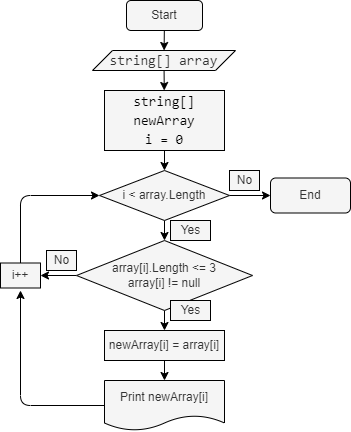
astafyevnu/Test_Choice_of_specialization keeps this draw.io diagram as logic.drawio.png. Above is the earlier version. Source tidied: cells renumbered, new cells last; positions are measured from the earlier drawing's top-left corner, leaving out a move shared by most shapes.
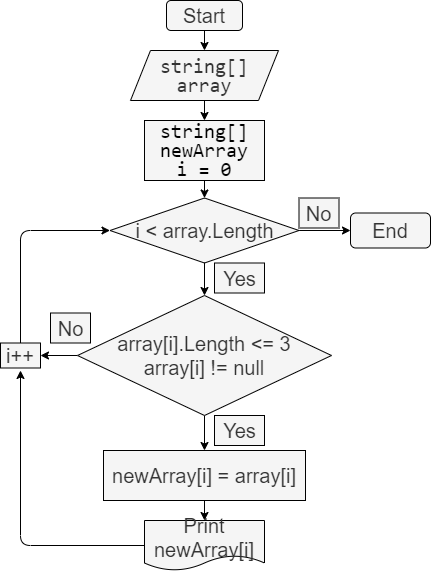
The same diagram one commit later.

Diff of the diagram source:
```diff
@@ -2,83 +2,83 @@
   <root>
     <mxCell id="0" />
     <mxCell id="1" parent="0" />
-    <mxCell id="2" style="edgeStyle=none;html=1;fontColor=#000000;fillColor=#f5f5f5;strokeColor=#000000;" parent="1" edge="1" source="3" target="6">
+    <mxCell id="2" style="edgeStyle=none;html=1;fontColor=#000000;fillColor=#f5f5f5;strokeColor=#000000;fontSize=20;" parent="1" edge="1" source="3" target="6">
       <mxGeometry relative="1" as="geometry" />
     </mxCell>
-    <mxCell id="3" value="Start" style="rounded=1;whiteSpace=wrap;html=1;fillColor=#f5f5f5;fontColor=#333333;strokeColor=#000000;" parent="1" vertex="1">
-      <mxGeometry x="126" width="76" height="30" as="geometry" />
+    <mxCell id="3" value="Start" style="rounded=1;whiteSpace=wrap;html=1;fillColor=#f5f5f5;fontColor=#333333;strokeColor=#000000;fontSize=20;" parent="1" vertex="1">
+      <mxGeometry x="126" y="10" width="76" height="30" as="geometry" />
     </mxCell>
-    <mxCell id="4" value="End" style="rounded=1;whiteSpace=wrap;html=1;fillColor=#f5f5f5;fontColor=#333333;strokeColor=#000000;" parent="1" vertex="1">
-      <mxGeometry x="270" y="177.5" width="80" height="35" as="geometry" />
+    <mxCell id="4" value="End" style="rounded=1;whiteSpace=wrap;html=1;fillColor=#f5f5f5;fontColor=#333333;strokeColor=#000000;fontSize=20;" parent="1" vertex="1">
+      <mxGeometry x="310" y="222.5" width="80" height="35" as="geometry" />
     </mxCell>
-    <mxCell id="5" style="edgeStyle=none;html=1;fontColor=#000000;fillColor=#f5f5f5;strokeColor=#000000;" parent="1" edge="1" source="6" target="8">
+    <mxCell id="5" style="edgeStyle=none;html=1;fontColor=#000000;fillColor=#f5f5f5;strokeColor=#000000;fontSize=20;" parent="1" edge="1" source="6" target="8">
       <mxGeometry relative="1" as="geometry" />
     </mxCell>
-    <mxCell id="6" value="&lt;div style=&quot;font-family: &amp;#34;consolas&amp;#34; , &amp;#34;courier new&amp;#34; , monospace ; font-size: 14px ; line-height: 19px&quot;&gt;string[] array&lt;/div&gt;" style="shape=parallelogram;perimeter=parallelogramPerimeter;whiteSpace=wrap;html=1;fixedSize=1;fillColor=#f5f5f5;fontColor=#333333;strokeColor=#000000;labelBackgroundColor=none;" parent="1" vertex="1">
-      <mxGeometry x="92" y="50" width="143" height="20" as="geometry" />
+    <mxCell id="6" value="&lt;div style=&quot;font-family: consolas, &amp;quot;courier new&amp;quot;, monospace; font-size: 20px; line-height: 19px;&quot;&gt;string[] array&lt;/div&gt;" style="shape=parallelogram;perimeter=parallelogramPerimeter;whiteSpace=wrap;html=1;fixedSize=1;fillColor=#f5f5f5;fontColor=#333333;strokeColor=#000000;labelBackgroundColor=none;fontSize=20;" parent="1" vertex="1">
+      <mxGeometry x="90" y="60" width="148" height="50" as="geometry" />
     </mxCell>
-    <mxCell id="7" style="edgeStyle=none;html=1;fontColor=#000000;fillColor=#f5f5f5;strokeColor=#000000;" parent="1" edge="1" source="8" target="11">
+    <mxCell id="7" style="edgeStyle=none;html=1;fontColor=#000000;fillColor=#f5f5f5;strokeColor=#000000;fontSize=20;" parent="1" edge="1" source="8" target="11">
       <mxGeometry relative="1" as="geometry" />
     </mxCell>
-    <mxCell id="8" value="&lt;div style=&quot;font-family: consolas, &amp;quot;courier new&amp;quot;, monospace; font-size: 14px; line-height: 19px;&quot;&gt;string[] newArray&lt;/div&gt;&lt;div style=&quot;font-family: consolas, &amp;quot;courier new&amp;quot;, monospace; font-size: 14px; line-height: 19px;&quot;&gt;i = 0&lt;/div&gt;" style="rounded=0;whiteSpace=wrap;html=1;fillColor=#f5f5f5;fontColor=#000000;strokeColor=#000000;labelBackgroundColor=none;" parent="1" vertex="1">
-      <mxGeometry x="104" y="90" width="120" height="60" as="geometry" />
+    <mxCell id="8" value="&lt;div style=&quot;font-family: consolas, &amp;quot;courier new&amp;quot;, monospace; font-size: 20px; line-height: 19px;&quot;&gt;string[] newArray&lt;/div&gt;&lt;div style=&quot;font-family: consolas, &amp;quot;courier new&amp;quot;, monospace; font-size: 20px; line-height: 19px;&quot;&gt;i = 0&lt;/div&gt;" style="rounded=0;whiteSpace=wrap;html=1;fillColor=#f5f5f5;fontColor=#000000;strokeColor=#000000;labelBackgroundColor=none;fontSize=20;" parent="1" vertex="1">
+      <mxGeometry x="104" y="130" width="120" height="60" as="geometry" />
     </mxCell>
-    <mxCell id="9" style="edgeStyle=none;html=1;fontColor=#000000;fillColor=#f5f5f5;strokeColor=#000000;" parent="1" edge="1" source="11" target="4">
+    <mxCell id="9" style="edgeStyle=none;html=1;fontColor=#000000;fillColor=#f5f5f5;strokeColor=#000000;fontSize=20;" parent="1" edge="1" source="11" target="4">
       <mxGeometry relative="1" as="geometry" />
     </mxCell>
-    <mxCell id="10" style="edgeStyle=none;html=1;entryX=0.5;entryY=0;entryDx=0;entryDy=0;fontColor=#000000;fillColor=#f5f5f5;strokeColor=#000000;" parent="1" edge="1" source="11" target="14">
+    <mxCell id="10" style="edgeStyle=none;html=1;entryX=0.5;entryY=0;entryDx=0;entryDy=0;fontColor=#000000;fillColor=#f5f5f5;strokeColor=#000000;fontSize=20;" parent="1" edge="1" source="11" target="14">
       <mxGeometry relative="1" as="geometry" />
     </mxCell>
-    <mxCell id="11" value="i &amp;lt; array.Length" style="rhombus;whiteSpace=wrap;html=1;fillColor=#f5f5f5;fontColor=#333333;strokeColor=#000000;" parent="1" vertex="1">
-      <mxGeometry x="99" y="170" width="130" height="50" as="geometry" />
+    <mxCell id="11" value="i &amp;lt; array.Length" style="rhombus;whiteSpace=wrap;html=1;fillColor=#f5f5f5;fontColor=#333333;strokeColor=#000000;fontSize=20;" parent="1" vertex="1">
+      <mxGeometry x="69.5" y="207.5" width="189" height="65" as="geometry" />
     </mxCell>
-    <mxCell id="12" style="edgeStyle=none;html=1;entryX=0.5;entryY=0;entryDx=0;entryDy=0;fontColor=#000000;fillColor=#f5f5f5;strokeColor=#000000;" parent="1" edge="1" source="14" target="16">
+    <mxCell id="12" style="edgeStyle=none;html=1;entryX=0.5;entryY=0;entryDx=0;entryDy=0;fontColor=#000000;fillColor=#f5f5f5;strokeColor=#000000;fontSize=20;" parent="1" edge="1" source="14" target="16">
       <mxGeometry relative="1" as="geometry" />
     </mxCell>
-    <mxCell id="13" style="edgeStyle=none;html=1;fontColor=#000000;fillColor=#f5f5f5;strokeColor=#000000;" parent="1" edge="1" source="14" target="18">
+    <mxCell id="13" style="edgeStyle=none;html=1;fontColor=#000000;fillColor=#f5f5f5;strokeColor=#000000;fontSize=20;" parent="1" edge="1" source="14" target="18">
       <mxGeometry relative="1" as="geometry" />
     </mxCell>
-    <mxCell id="14" value="array[i].Length &amp;lt;= 3&lt;br&gt;array[i] != null" style="rhombus;whiteSpace=wrap;html=1;fillColor=#f5f5f5;fontColor=#333333;strokeColor=#000000;" parent="1" vertex="1">
-      <mxGeometry x="76" y="240" width="176" height="70" as="geometry" />
+    <mxCell id="14" value="array[i].Length &amp;lt;= 3&lt;br style=&quot;font-size: 20px;&quot;&gt;array[i] != null" style="rhombus;whiteSpace=wrap;html=1;fillColor=#f5f5f5;fontColor=#333333;strokeColor=#000000;fontSize=20;" parent="1" vertex="1">
+      <mxGeometry x="37" y="305" width="254" height="120" as="geometry" />
     </mxCell>
-    <mxCell id="15" style="edgeStyle=none;html=1;fontColor=#000000;fillColor=#f5f5f5;strokeColor=#000000;" parent="1" edge="1" source="16" target="20">
+    <mxCell id="15" style="edgeStyle=none;html=1;fontColor=#000000;fillColor=#f5f5f5;strokeColor=#000000;fontSize=20;" parent="1" edge="1" source="16" target="20">
       <mxGeometry relative="1" as="geometry" />
     </mxCell>
-    <mxCell id="16" value="newArray[i] = array[i]" style="rounded=0;whiteSpace=wrap;html=1;fillColor=#f5f5f5;fontColor=#333333;strokeColor=#000000;" parent="1" vertex="1">
-      <mxGeometry x="104" y="330" width="120" height="30" as="geometry" />
+    <mxCell id="16" value="newArray[i] = array[i]" style="rounded=0;whiteSpace=wrap;html=1;fillColor=#f5f5f5;fontColor=#333333;strokeColor=#000000;fontSize=20;" parent="1" vertex="1">
+      <mxGeometry x="63" y="460" width="202" height="50" as="geometry" />
     </mxCell>
-    <mxCell id="17" style="edgeStyle=none;html=1;entryX=0;entryY=0.5;entryDx=0;entryDy=0;fontColor=#000000;fillColor=#f5f5f5;strokeColor=#000000;" parent="1" edge="1" source="18" target="11">
+    <mxCell id="17" style="edgeStyle=none;html=1;entryX=0;entryY=0.5;entryDx=0;entryDy=0;fontColor=#000000;fillColor=#f5f5f5;strokeColor=#000000;fontSize=20;" parent="1" edge="1" source="18" target="11">
       <mxGeometry relative="1" as="geometry">
         <Array as="points">
-          <mxPoint x="20" y="195" />
+          <mxPoint x="-20" y="240" />
         </Array>
       </mxGeometry>
     </mxCell>
-    <mxCell id="18" value="i++" style="rounded=0;whiteSpace=wrap;html=1;fillColor=#f5f5f5;fontColor=#333333;strokeColor=#000000;" parent="1" vertex="1">
-      <mxGeometry y="262.5" width="40" height="25" as="geometry" />
+    <mxCell id="18" value="i++" style="rounded=0;whiteSpace=wrap;html=1;fillColor=#f5f5f5;fontColor=#333333;strokeColor=#000000;fontSize=20;" parent="1" vertex="1">
+      <mxGeometry x="-40" y="352.5" width="40" height="25" as="geometry" />
     </mxCell>
-    <mxCell id="19" style="edgeStyle=none;html=1;fontColor=#000000;fillColor=#f5f5f5;strokeColor=#000000;" parent="1" edge="1" source="20">
+    <mxCell id="19" style="edgeStyle=none;html=1;fontColor=#000000;fillColor=#f5f5f5;strokeColor=#000000;fontSize=20;" parent="1" edge="1" source="20">
       <mxGeometry relative="1" as="geometry">
-        <mxPoint x="20" y="290" as="targetPoint" />
+        <mxPoint x="-20" y="380" as="targetPoint" />
         <Array as="points">
-          <mxPoint x="20" y="405" />
+          <mxPoint x="-20" y="555" />
         </Array>
       </mxGeometry>
     </mxCell>
-    <mxCell id="20" value="Print newArray[i]" style="shape=document;whiteSpace=wrap;html=1;boundedLbl=1;fillColor=#f5f5f5;fontColor=#333333;strokeColor=#000000;" parent="1" vertex="1">
-      <mxGeometry x="104" y="380" width="120" height="50" as="geometry" />
+    <mxCell id="20" value="Print newArray[i]" style="shape=document;whiteSpace=wrap;html=1;boundedLbl=1;fillColor=#f5f5f5;fontColor=#333333;strokeColor=#000000;fontSize=20;" parent="1" vertex="1">
+      <mxGeometry x="104" y="530" width="120" height="50" as="geometry" />
     </mxCell>
-    <mxCell id="21" value="No&lt;br&gt;" style="text;html=1;align=center;verticalAlign=middle;fillColor=#f5f5f5;fontColor=#333333;strokeColor=#000000;" parent="1" vertex="1">
-      <mxGeometry x="229" y="170" width="30" height="20" as="geometry" />
+    <mxCell id="21" value="No&lt;br style=&quot;font-size: 20px;&quot;&gt;" style="text;html=1;align=center;verticalAlign=middle;fillColor=#f5f5f5;fontColor=#333333;strokeColor=#000000;fontSize=20;" parent="1" vertex="1">
+      <mxGeometry x="258.5" y="207.5" width="40" height="30" as="geometry" />
     </mxCell>
-    <mxCell id="22" value="No" style="text;html=1;align=center;verticalAlign=middle;fillColor=#f5f5f5;fontColor=#333333;strokeColor=#000000;" parent="1" vertex="1">
-      <mxGeometry x="46" y="250" width="30" height="20" as="geometry" />
+    <mxCell id="22" value="No" style="text;html=1;align=center;verticalAlign=middle;fillColor=#f5f5f5;fontColor=#333333;strokeColor=#000000;fontSize=20;" parent="1" vertex="1">
+      <mxGeometry x="10" y="322.5" width="40" height="30" as="geometry" />
     </mxCell>
-    <mxCell id="23" value="Yes" style="text;html=1;align=center;verticalAlign=middle;fillColor=#f5f5f5;fontColor=#333333;strokeColor=#000000;" parent="1" vertex="1">
-      <mxGeometry x="170" y="220" width="40" height="20" as="geometry" />
+    <mxCell id="23" value="Yes" style="text;html=1;align=center;verticalAlign=middle;fillColor=#f5f5f5;fontColor=#333333;strokeColor=#000000;fontSize=20;" parent="1" vertex="1">
+      <mxGeometry x="174" y="272.5" width="50" height="30" as="geometry" />
     </mxCell>
-    <mxCell id="24" value="Yes" style="text;html=1;align=center;verticalAlign=middle;fillColor=#f5f5f5;fontColor=#333333;strokeColor=#000000;" parent="1" vertex="1">
-      <mxGeometry x="170" y="300" width="40" height="20" as="geometry" />
+    <mxCell id="24" value="Yes" style="text;html=1;align=center;verticalAlign=middle;fillColor=#f5f5f5;fontColor=#333333;strokeColor=#000000;fontSize=20;" parent="1" vertex="1">
+      <mxGeometry x="174" y="425" width="50" height="30" as="geometry" />
     </mxCell>
   </root>
 </mxGraphModel>
```
